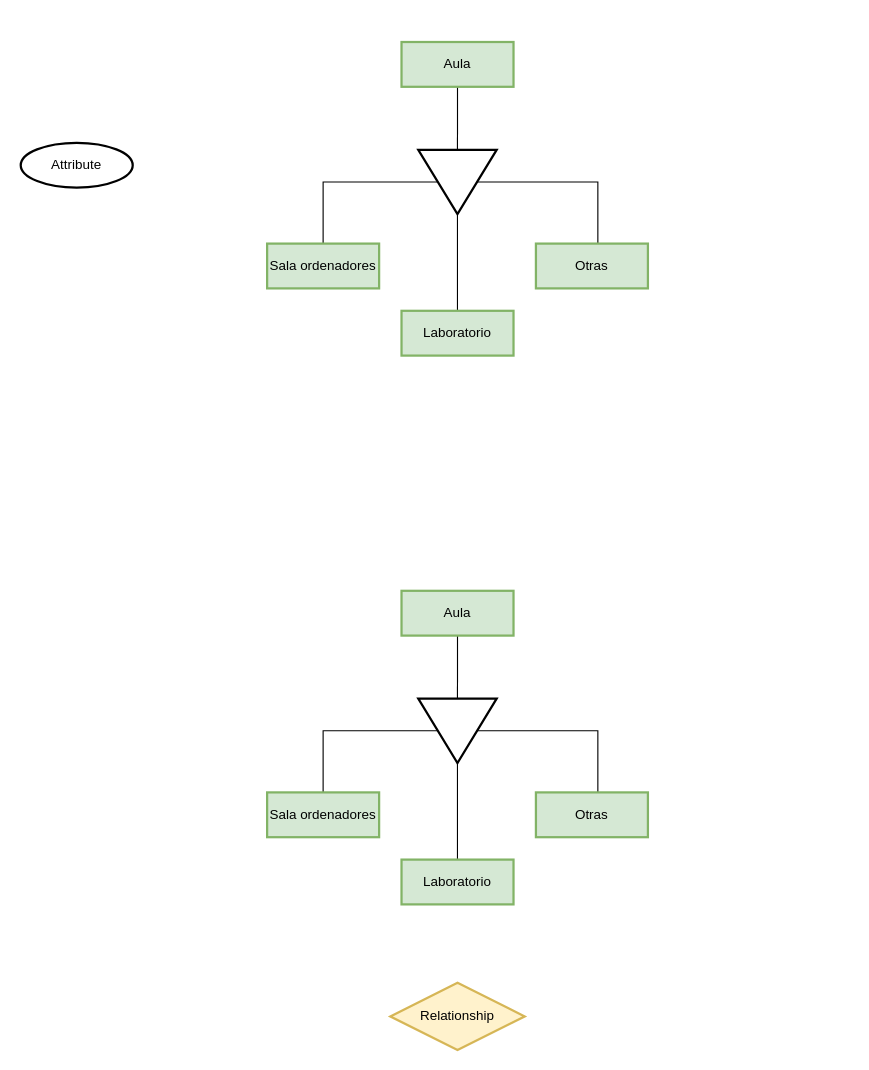
The draw.io diagram Sistema Instituto Secundaria.drawio in Carball04/Trabajos-E-R, before the edit. Source tidied: cells renumbered, new cells numbered last; positions are measured from the earlier drawing's top-left corner, leaving out a move shared by most shapes. Both pictures are drawn from the tidied source at 112%, with x=0, y=0 at pixel (20, 41).
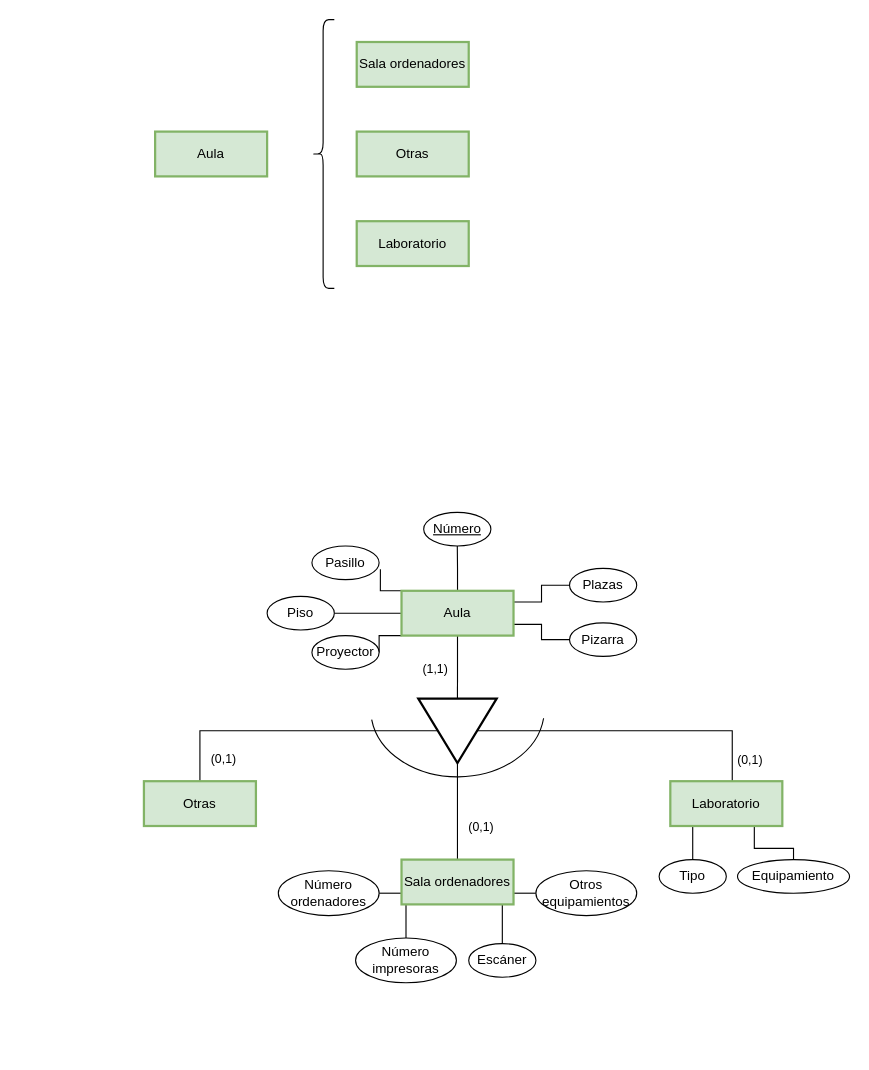
Above is the later version.

The change refers to these unchanged cells:
```xml
<mxCell id="13" style="edgeStyle=orthogonalEdgeStyle;rounded=0;jettySize=auto;html=1;exitX=0.5;exitY=1;exitDx=0;exitDy=0;entryX=0;entryY=0.5;entryDx=0;entryDy=0;endArrow=none;endFill=0;" parent="1" edge="1" source="14" target="18">
  <mxGeometry relative="1" as="geometry" />
</mxCell>
<mxCell id="14" value="Aula" style="whiteSpace=wrap;html=1;align=center;strokeWidth=2;fillColor=#d5e8d4;strokeColor=#82b366;" parent="1" vertex="1">
  <mxGeometry x="340" y="490" width="100" height="40" as="geometry" />
</mxCell>
<mxCell id="15" style="edgeStyle=orthogonalEdgeStyle;rounded=0;jettySize=auto;html=1;exitX=0.5;exitY=1;exitDx=0;exitDy=0;entryX=0.5;entryY=0;entryDx=0;entryDy=0;endArrow=none;endFill=0;" parent="1" edge="1" source="18" target="19">
  <mxGeometry relative="1" as="geometry" />
</mxCell>
```

The edit, as a diff of the source:
```diff
@@
-    <mxCell id="2" value="Attribute" style="ellipse;whiteSpace=wrap;html=1;align=center;strokeWidth=2;" parent="1" vertex="1">
-      <mxGeometry y="90" width="100" height="40" as="geometry" />
-    </mxCell>
-    <mxCell id="3" style="edgeStyle=orthogonalEdgeStyle;rounded=0;jettySize=auto;html=1;exitX=0.5;exitY=1;exitDx=0;exitDy=0;entryX=0;entryY=0.5;entryDx=0;entryDy=0;endArrow=none;endFill=0;" parent="1" edge="1" source="4" target="9">
-      <mxGeometry relative="1" as="geometry" />
-    </mxCell>
     <mxCell id="4" value="Aula" style="whiteSpace=wrap;html=1;align=center;strokeWidth=2;fillColor=#d5e8d4;strokeColor=#82b366;" parent="1" vertex="1">
-      <mxGeometry x="340" width="100" height="40" as="geometry" />
+      <mxGeometry x="120" y="80" width="100" height="40" as="geometry" />
     </mxCell>
-    <mxCell id="5" value="Relationship" style="shape=rhombus;perimeter=rhombusPerimeter;whiteSpace=wrap;html=1;align=center;fillColor=#fff2cc;strokeColor=#d6b656;strokeWidth=2;" parent="1" vertex="1">
-      <mxGeometry x="330" y="840" width="120" height="60" as="geometry" />
-    </mxCell>
-    <mxCell id="6" style="edgeStyle=orthogonalEdgeStyle;rounded=0;jettySize=auto;html=1;exitX=0.5;exitY=1;exitDx=0;exitDy=0;entryX=0.5;entryY=0;entryDx=0;entryDy=0;endArrow=none;endFill=0;" parent="1" edge="1" source="9" target="10">
-      <mxGeometry relative="1" as="geometry" />
-    </mxCell>
-    <mxCell id="7" style="edgeStyle=orthogonalEdgeStyle;rounded=0;jettySize=auto;html=1;exitX=0.5;exitY=0;exitDx=0;exitDy=0;entryX=0.553;entryY=0.018;entryDx=0;entryDy=0;entryPerimeter=0;endArrow=none;endFill=0;" parent="1" edge="1" source="9" target="12">
-      <mxGeometry relative="1" as="geometry" />
-    </mxCell>
-    <mxCell id="8" style="edgeStyle=orthogonalEdgeStyle;rounded=0;jettySize=auto;html=1;exitX=1;exitY=0.5;exitDx=0;exitDy=0;endArrow=none;endFill=0;" parent="1" edge="1" source="9" target="11">
-      <mxGeometry relative="1" as="geometry" />
-    </mxCell>
-    <mxCell id="9" style="triangle;whiteSpace=wrap;html=1;strokeWidth=2;rotation=90;" parent="1" vertex="1">
-      <mxGeometry x="361.2" y="90" width="57.5" height="70" as="geometry" />
-    </mxCell>
     <mxCell id="10" value="Sala ordenadores" style="whiteSpace=wrap;html=1;align=center;strokeWidth=2;fillColor=#d5e8d4;strokeColor=#82b366;" parent="1" vertex="1">
-      <mxGeometry x="220" y="180" width="100" height="40" as="geometry" />
+      <mxGeometry x="300" width="100" height="40" as="geometry" />
     </mxCell>
     <mxCell id="11" value="Laboratorio" style="whiteSpace=wrap;html=1;align=center;strokeWidth=2;fillColor=#d5e8d4;strokeColor=#82b366;" parent="1" vertex="1">
-      <mxGeometry x="340" y="240" width="100" height="40" as="geometry" />
+      <mxGeometry x="300" y="160" width="100" height="40" as="geometry" />
     </mxCell>
     <mxCell id="12" value="Otras" style="whiteSpace=wrap;html=1;align=center;strokeWidth=2;fillColor=#d5e8d4;strokeColor=#82b366;" parent="1" vertex="1">
-      <mxGeometry x="460" y="180" width="100" height="40" as="geometry" />
+      <mxGeometry x="300" y="80" width="100" height="40" as="geometry" />
     </mxCell>
@@
+    <mxCell id="22" value="(1,1)" style="edgeLabel;html=1;align=center;verticalAlign=middle;" parent="13" vertex="1">
+      <mxGeometry x="0.2" y="-1" relative="1" as="geometry">
+        <mxPoint x="-19" y="-4" as="offset" />
+      </mxGeometry>
+    </mxCell>
+    <mxCell id="23" style="edgeStyle=orthogonalEdgeStyle;rounded=0;jettySize=auto;html=1;exitX=0.5;exitY=0;exitDx=0;exitDy=0;entryX=0.5;entryY=1;entryDx=0;entryDy=0;endArrow=none;endFill=0;" parent="1" edge="1" source="14" target="48">
+      <mxGeometry relative="1" as="geometry" />
+    </mxCell>
+    <mxCell id="24" style="edgeStyle=orthogonalEdgeStyle;rounded=0;jettySize=auto;html=1;exitX=0;exitY=0;exitDx=0;exitDy=0;entryX=1.019;entryY=0.69;entryDx=0;entryDy=0;entryPerimeter=0;endArrow=none;endFill=0;" parent="1" edge="1" source="14" target="44">
+      <mxGeometry relative="1" as="geometry" />
+    </mxCell>
+    <mxCell id="25" style="edgeStyle=orthogonalEdgeStyle;rounded=0;jettySize=auto;html=1;exitX=0;exitY=1;exitDx=0;exitDy=0;entryX=1;entryY=0.5;entryDx=0;entryDy=0;endArrow=none;endFill=0;" parent="1" edge="1" source="14" target="46">
+      <mxGeometry relative="1" as="geometry" />
+    </mxCell>
+    <mxCell id="26" style="edgeStyle=orthogonalEdgeStyle;rounded=0;jettySize=auto;html=1;exitX=0;exitY=0.5;exitDx=0;exitDy=0;entryX=1;entryY=0.5;entryDx=0;entryDy=0;endArrow=none;endFill=0;" parent="1" edge="1" source="14" target="43">
+      <mxGeometry relative="1" as="geometry" />
+    </mxCell>
+    <mxCell id="27" style="edgeStyle=orthogonalEdgeStyle;rounded=0;jettySize=auto;html=1;exitX=1;exitY=0.25;exitDx=0;exitDy=0;entryX=0;entryY=0.5;entryDx=0;entryDy=0;endArrow=none;endFill=0;" parent="1" edge="1" source="14" target="45">
+      <mxGeometry relative="1" as="geometry" />
+    </mxCell>
+    <mxCell id="28" style="edgeStyle=orthogonalEdgeStyle;rounded=0;jettySize=auto;html=1;exitX=1;exitY=0.75;exitDx=0;exitDy=0;entryX=0;entryY=0.5;entryDx=0;entryDy=0;endArrow=none;endFill=0;" parent="1" edge="1" source="14" target="47">
+      <mxGeometry relative="1" as="geometry" />
+    </mxCell>
@@
+    <mxCell id="29" value="(0,1)" style="edgeLabel;html=1;align=center;verticalAlign=middle;" parent="15" vertex="1">
+      <mxGeometry x="0.74" y="-2" relative="1" as="geometry">
+        <mxPoint x="22" y="13" as="offset" />
+      </mxGeometry>
+    </mxCell>
@@
-    <mxCell id="19" value="Sala ordenadores" style="whiteSpace=wrap;html=1;align=center;strokeWidth=2;fillColor=#d5e8d4;strokeColor=#82b366;" parent="1" vertex="1">
-      <mxGeometry x="220" y="670" width="100" height="40" as="geometry" />
+    <mxCell id="19" value="Otras" style="whiteSpace=wrap;html=1;align=center;strokeWidth=2;fillColor=#d5e8d4;strokeColor=#82b366;" parent="1" vertex="1">
+      <mxGeometry x="110" y="660" width="100" height="40" as="geometry" />
     </mxCell>
+    <mxCell id="30" style="edgeStyle=orthogonalEdgeStyle;rounded=0;jettySize=auto;html=1;exitX=0;exitY=0.75;exitDx=0;exitDy=0;entryX=1;entryY=0.5;entryDx=0;entryDy=0;endArrow=none;endFill=0;" parent="1" edge="1" source="20" target="36">
+      <mxGeometry relative="1" as="geometry" />
+    </mxCell>
+    <mxCell id="31" style="edgeStyle=orthogonalEdgeStyle;rounded=0;jettySize=auto;html=1;exitX=1;exitY=0.75;exitDx=0;exitDy=0;entryX=0;entryY=0.5;entryDx=0;entryDy=0;endArrow=none;endFill=0;" parent="1" edge="1" source="20" target="39">
+      <mxGeometry relative="1" as="geometry" />
+    </mxCell>
+    <mxCell id="32" style="edgeStyle=orthogonalEdgeStyle;rounded=0;jettySize=auto;html=1;exitX=0.75;exitY=1;exitDx=0;exitDy=0;entryX=0.5;entryY=0;entryDx=0;entryDy=0;endArrow=none;endFill=0;" parent="1" edge="1" source="20" target="37">
+      <mxGeometry relative="1" as="geometry" />
+    </mxCell>
+    <mxCell id="33" style="edgeStyle=orthogonalEdgeStyle;rounded=0;jettySize=auto;html=1;exitX=0.25;exitY=1;exitDx=0;exitDy=0;entryX=0.5;entryY=0;entryDx=0;entryDy=0;endArrow=none;endFill=0;" parent="1" edge="1" source="20" target="38">
+      <mxGeometry relative="1" as="geometry" />
+    </mxCell>
-    <mxCell id="20" value="Laboratorio" style="whiteSpace=wrap;html=1;align=center;strokeWidth=2;fillColor=#d5e8d4;strokeColor=#82b366;" parent="1" vertex="1">
+    <mxCell id="20" value="Sala ordenadores" style="whiteSpace=wrap;html=1;align=center;strokeWidth=2;fillColor=#d5e8d4;strokeColor=#82b366;" parent="1" vertex="1">
       <mxGeometry x="340" y="730" width="100" height="40" as="geometry" />
     </mxCell>
+    <mxCell id="34" style="edgeStyle=orthogonalEdgeStyle;rounded=0;jettySize=auto;html=1;exitX=0.75;exitY=1;exitDx=0;exitDy=0;entryX=0.5;entryY=0;entryDx=0;entryDy=0;endArrow=none;endFill=0;" parent="1" edge="1" source="21" target="41">
+      <mxGeometry relative="1" as="geometry" />
+    </mxCell>
+    <mxCell id="35" style="edgeStyle=orthogonalEdgeStyle;rounded=0;jettySize=auto;html=1;exitX=0.25;exitY=1;exitDx=0;exitDy=0;entryX=0.5;entryY=0;entryDx=0;entryDy=0;endArrow=none;endFill=0;" parent="1" edge="1" source="21" target="40">
+      <mxGeometry relative="1" as="geometry" />
+    </mxCell>
-    <mxCell id="21" value="Otras" style="whiteSpace=wrap;html=1;align=center;strokeWidth=2;fillColor=#d5e8d4;strokeColor=#82b366;" parent="1" vertex="1">
-      <mxGeometry x="460" y="670" width="100" height="40" as="geometry" />
+    <mxCell id="21" value="Laboratorio" style="whiteSpace=wrap;html=1;align=center;strokeWidth=2;fillColor=#d5e8d4;strokeColor=#82b366;" parent="1" vertex="1">
+      <mxGeometry x="580" y="660" width="100" height="40" as="geometry" />
     </mxCell>
+    <mxCell id="36" value="Número ordenadores" style="ellipse;whiteSpace=wrap;html=1;align=center;" parent="1" vertex="1">
+      <mxGeometry x="230" y="740" width="90" height="40" as="geometry" />
+    </mxCell>
+    <mxCell id="37" value="Escáner" style="ellipse;whiteSpace=wrap;html=1;align=center;" parent="1" vertex="1">
+      <mxGeometry x="400" y="805" width="60" height="30" as="geometry" />
+    </mxCell>
+    <mxCell id="38" value="Número impresoras" style="ellipse;whiteSpace=wrap;html=1;align=center;" parent="1" vertex="1">
+      <mxGeometry x="299" y="800" width="90" height="40" as="geometry" />
+    </mxCell>
+    <mxCell id="39" value="Otros equipamientos" style="ellipse;whiteSpace=wrap;html=1;align=center;" parent="1" vertex="1">
+      <mxGeometry x="460" y="740" width="90" height="40" as="geometry" />
+    </mxCell>
+    <mxCell id="40" value="Tipo" style="ellipse;whiteSpace=wrap;html=1;align=center;" parent="1" vertex="1">
+      <mxGeometry x="570" y="730" width="60" height="30" as="geometry" />
+    </mxCell>
+    <mxCell id="41" value="Equipamiento" style="ellipse;whiteSpace=wrap;html=1;align=center;" parent="1" vertex="1">
+      <mxGeometry x="640" y="730" width="100" height="30" as="geometry" />
+    </mxCell>
+    <mxCell id="42" style="verticalLabelPosition=bottom;verticalAlign=top;html=1;shape=mxgraph.basic.arc;startAngle=0.520423275999701;endAngle=0.9763034288612552;rotation=-90;" parent="1" vertex="1">
+      <mxGeometry x="330" y="518.6" width="120" height="155" as="geometry" />
+    </mxCell>
+    <mxCell id="43" value="Piso" style="ellipse;whiteSpace=wrap;html=1;align=center;" parent="1" vertex="1">
+      <mxGeometry x="220" y="495" width="60" height="30" as="geometry" />
+    </mxCell>
+    <mxCell id="44" value="Pasillo" style="ellipse;whiteSpace=wrap;html=1;align=center;" parent="1" vertex="1">
+      <mxGeometry x="260" y="450" width="60" height="30" as="geometry" />
+    </mxCell>
+    <mxCell id="45" value="Plazas" style="ellipse;whiteSpace=wrap;html=1;align=center;" parent="1" vertex="1">
+      <mxGeometry x="490" y="470" width="60" height="30" as="geometry" />
+    </mxCell>
+    <mxCell id="46" value="Proyector" style="ellipse;whiteSpace=wrap;html=1;align=center;" parent="1" vertex="1">
+      <mxGeometry x="260" y="530" width="60" height="30" as="geometry" />
+    </mxCell>
+    <mxCell id="47" value="Pizarra" style="ellipse;whiteSpace=wrap;html=1;align=center;" parent="1" vertex="1">
+      <mxGeometry x="490" y="518.6" width="60" height="30" as="geometry" />
+    </mxCell>
+    <mxCell id="48" value="Número" style="ellipse;whiteSpace=wrap;html=1;align=center;fontStyle=4;" parent="1" vertex="1">
+      <mxGeometry x="359.8" y="420" width="60" height="30" as="geometry" />
+    </mxCell>
+    <mxCell id="49" value="(0,1)" style="edgeLabel;html=1;align=center;verticalAlign=middle;" parent="1" vertex="1">
+      <mxGeometry x="410" y="700" as="geometry" />
+    </mxCell>
+    <mxCell id="50" value="(0,1)" style="edgeLabel;html=1;align=center;verticalAlign=middle;" parent="1" vertex="1">
+      <mxGeometry x="650" y="640" as="geometry" />
+    </mxCell>
+    <mxCell id="51" style="shape=curlyBracket;whiteSpace=wrap;html=1;rounded=1;" parent="1" vertex="1">
+      <mxGeometry x="260" y="-20" width="20" height="240" as="geometry" />
+    </mxCell>
```
